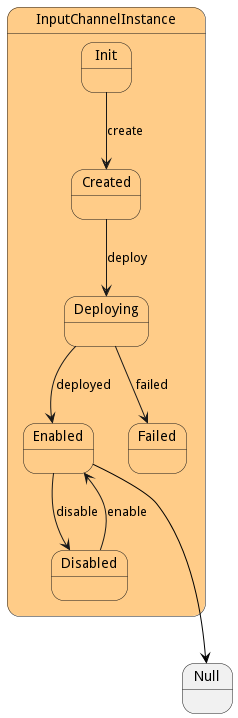
madajaju/sabr keeps this PlantUML diagram as docs/sabr/diml/dsm/models/inputchannelinstance/statenet.png. Above is the earlier version. Source of this version:
```plantuml
@startuml



state InputChannelInstance #ffcc88 {

    state Init #ffcc88 {
    }

    state Created #ffcc88 {
    }

    state Deploying #ffcc88 {
    }

    state Enabled #ffcc88 {
    }

    state Disabled #ffcc88 {
    }

    state Failed #ffcc88 {
    }

}


Init --> Created : create

Created --> Deploying : deploy

Deploying --> Enabled : deployed

Deploying --> Failed : failed

Enabled --> Disabled : disable

Disabled --> Enabled : enable




 Enabled -[#black]--> Null


@enduml
```
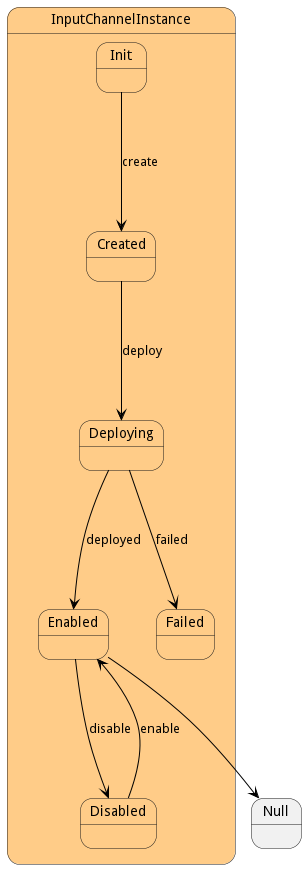
After the commit.

What changed in the source:
```diff
@@ -22,22 +22,22 @@
     state Failed #ffcc88 {
     }
 
-}
 
 
-Init --> Created : create
 
-Created --> Deploying : deploy
+Init -[#black]--> Created : create
 
-Deploying --> Enabled : deployed
+Created -[#black]--> Deploying : deploy
 
-Deploying --> Failed : failed
+Deploying -[#black]--> Enabled : deployed
 
-Enabled --> Disabled : disable
+Deploying -[#black]--> Failed : failed
 
-Disabled --> Enabled : enable
+Enabled -[#black]--> Disabled : disable
 
+Disabled -[#black]--> Enabled : enable
 
+}
 
 
  Enabled -[#black]--> Null
```
